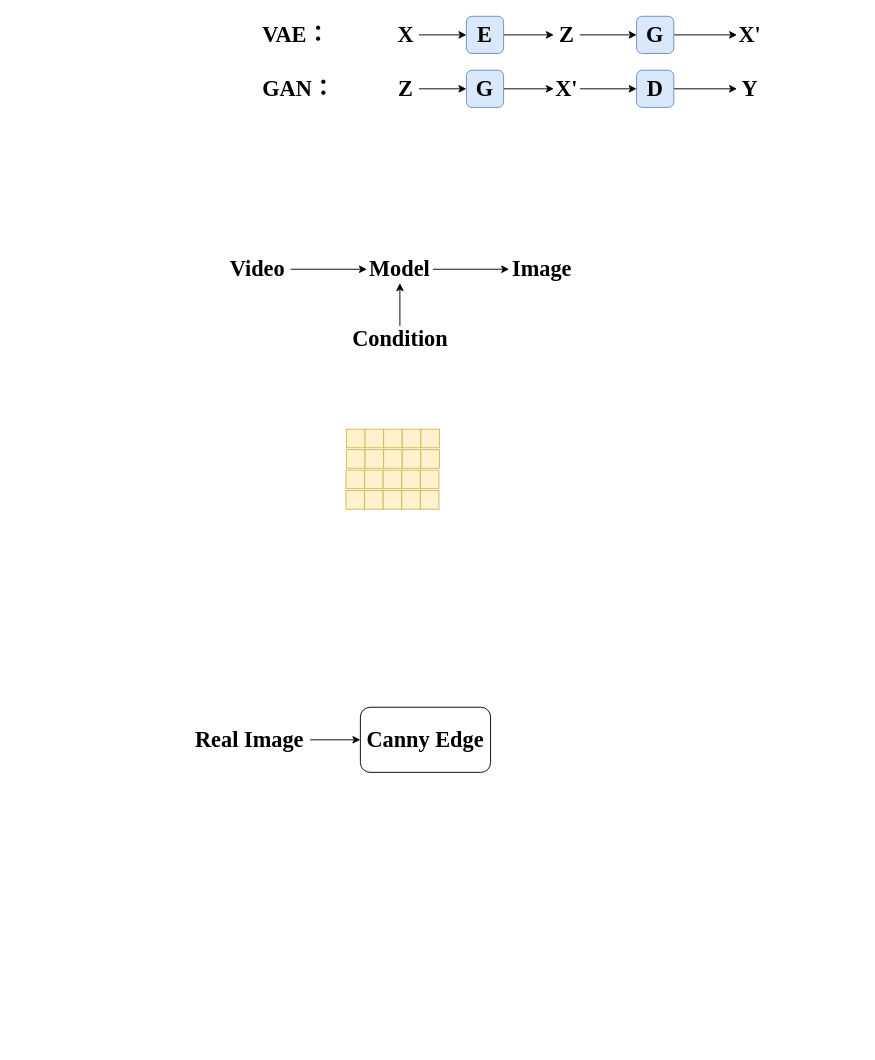
The draw.io diagram 壁纸生成.drawio in GPlaying/brain_map, before the edit. Source tidied: cells renumbered, new cells numbered last; positions are measured from the earlier drawing's top-left corner, leaving out a move shared by most shapes. Both pictures are drawn from the tidied source at 93%, with x=0, y=0 at pixel (189, 16). Pictures stored in the file or linked from it are replaced by grey dashed boxes.
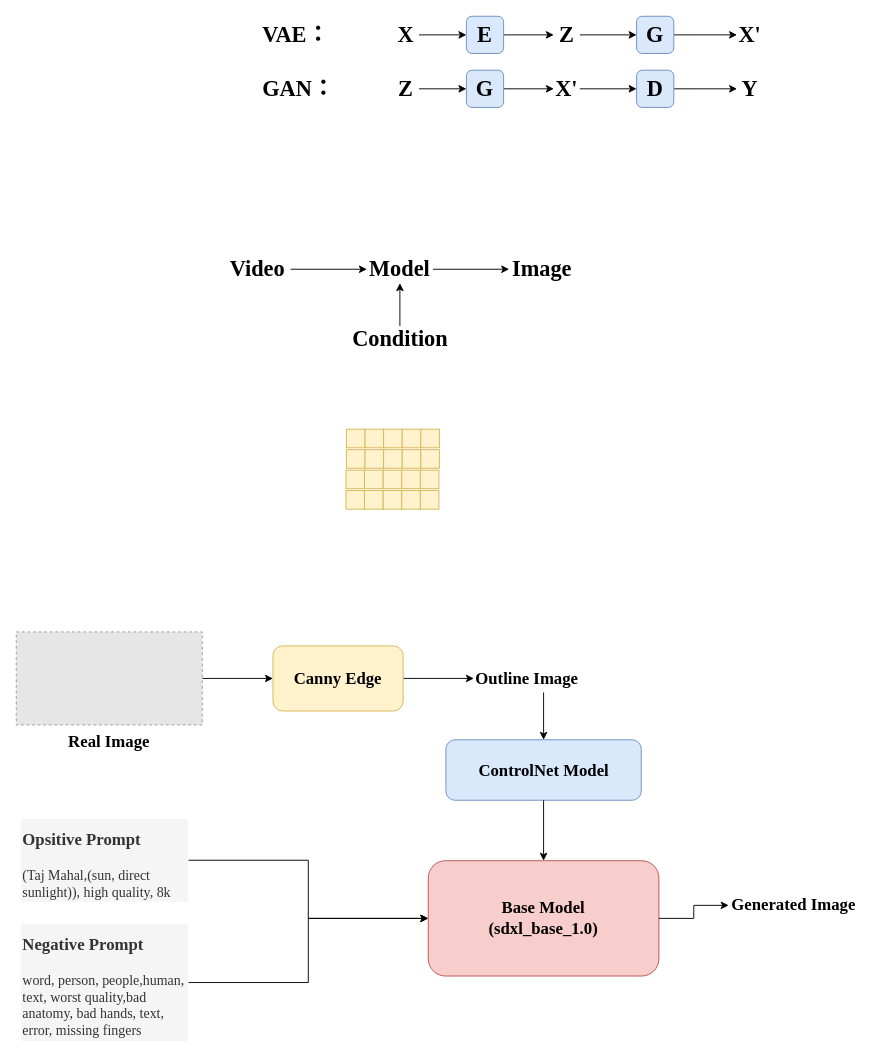
After the change.

Commit message (it also covers changes not shown here):
更新壁纸生成.drawio

The edit, as a diff of the source:
```diff
@@
-    <mxCell id="49" style="edgeStyle=orthogonalEdgeStyle;rounded=0;jettySize=auto;html=1;entryX=0;entryY=0.5;entryDx=0;entryDy=0;" parent="1" edge="1" source="50" target="51">
+    <mxCell id="49" style="edgeStyle=orthogonalEdgeStyle;rounded=0;jettySize=auto;html=1;entryX=0;entryY=0.5;entryDx=0;entryDy=0;fontSize=18;" parent="1" edge="1" source="50" target="51">
       <mxGeometry relative="1" as="geometry" />
     </mxCell>
-    <mxCell id="50" value="&lt;font size=&quot;1&quot; face=&quot;Times New Roman&quot;&gt;&lt;b style=&quot;font-size: 24px;&quot;&gt;Real Image&lt;/b&gt;&lt;/font&gt;" style="text;html=1;strokeColor=none;fillColor=none;align=center;verticalAlign=middle;whiteSpace=wrap;rounded=0;" parent="1" vertex="1">
-      <mxGeometry y="763" width="130" height="30" as="geometry" />
-    </mxCell>
+    <mxCell id="53" style="edgeStyle=orthogonalEdgeStyle;rounded=0;jettySize=auto;html=1;entryX=0;entryY=0.5;entryDx=0;entryDy=0;fontSize=18;" parent="1" edge="1" source="51" target="55">
+      <mxGeometry relative="1" as="geometry" />
+    </mxCell>
-    <mxCell id="51" style="rounded=1;whiteSpace=wrap;html=1;" parent="1" vertex="1">
-      <mxGeometry x="184" y="743" width="140" height="70" as="geometry" />
+    <mxCell id="51" style="rounded=1;whiteSpace=wrap;html=1;fillColor=#fff2cc;strokeColor=#d6b656;fontSize=18;" parent="1" vertex="1">
+      <mxGeometry x="90" y="677" width="140" height="70" as="geometry" />
     </mxCell>
-    <mxCell id="52" value="&lt;font size=&quot;1&quot; face=&quot;Times New Roman&quot;&gt;&lt;b style=&quot;font-size: 24px;&quot;&gt;Canny Edge&lt;/b&gt;&lt;/font&gt;" style="text;html=1;strokeColor=none;fillColor=none;align=center;verticalAlign=middle;whiteSpace=wrap;rounded=0;" parent="1" vertex="1">
-      <mxGeometry x="189" y="763" width="130" height="30" as="geometry" />
+    <mxCell id="52" value="&lt;font style=&quot;font-size: 18px;&quot; face=&quot;Times New Roman&quot;&gt;&lt;b style=&quot;font-size: 18px;&quot;&gt;Canny Edge&lt;/b&gt;&lt;/font&gt;" style="text;html=1;strokeColor=none;fillColor=none;align=center;verticalAlign=middle;whiteSpace=wrap;rounded=0;fontSize=18;" parent="1" vertex="1">
+      <mxGeometry x="95" y="697" width="130" height="30" as="geometry" />
     </mxCell>
+    <mxCell id="54" style="edgeStyle=orthogonalEdgeStyle;rounded=0;jettySize=auto;html=1;" parent="1" edge="1" source="55" target="59">
+      <mxGeometry relative="1" as="geometry" />
+    </mxCell>
+    <mxCell id="55" value="&lt;font style=&quot;font-size: 18px;&quot; face=&quot;Times New Roman&quot;&gt;&lt;span style=&quot;font-size: 18px;&quot;&gt;&lt;b style=&quot;font-size: 18px;&quot;&gt;Outline Image&lt;/b&gt;&lt;/span&gt;&lt;/font&gt;" style="text;html=1;strokeColor=none;fillColor=none;align=left;verticalAlign=middle;whiteSpace=wrap;rounded=0;fontSize=18;" parent="1" vertex="1">
+      <mxGeometry x="306" y="697" width="150" height="30" as="geometry" />
+    </mxCell>
+    <mxCell id="56" style="edgeStyle=orthogonalEdgeStyle;rounded=0;jettySize=auto;html=1;entryX=0;entryY=0.5;entryDx=0;entryDy=0;" parent="1" edge="1" source="67" target="63">
+      <mxGeometry relative="1" as="geometry" />
+    </mxCell>
+    <mxCell id="57" style="edgeStyle=orthogonalEdgeStyle;rounded=0;jettySize=auto;html=1;entryX=0;entryY=0.5;entryDx=0;entryDy=0;exitX=1;exitY=0.5;exitDx=0;exitDy=0;" parent="1" edge="1" source="68" target="63">
+      <mxGeometry relative="1" as="geometry">
+        <Array as="points">
+          <mxPoint x="128" y="1039" />
+          <mxPoint x="128" y="970" />
+        </Array>
+      </mxGeometry>
+    </mxCell>
+    <mxCell id="58" style="group;" parent="1" vertex="1">
+      <mxGeometry x="276" y="778" width="210" height="65" as="geometry" />
+    </mxCell>
+    <mxCell id="59" style="rounded=1;whiteSpace=wrap;html=1;fillColor=#dae8fc;strokeColor=#6c8ebf;fontSize=18;" parent="58" vertex="1">
+      <mxGeometry width="210" height="65" as="geometry" />
+    </mxCell>
+    <mxCell id="60" value="&lt;font style=&quot;font-size: 18px;&quot; face=&quot;Times New Roman&quot;&gt;&lt;b style=&quot;font-size: 18px;&quot;&gt;ControlNet Model&lt;/b&gt;&lt;/font&gt;" style="text;html=1;strokeColor=none;fillColor=none;align=center;verticalAlign=middle;whiteSpace=wrap;rounded=0;fontSize=18;" parent="58" vertex="1">
+      <mxGeometry x="6.5" y="17.5" width="197" height="30" as="geometry" />
+    </mxCell>
+    <mxCell id="61" style="edgeStyle=orthogonalEdgeStyle;rounded=0;jettySize=auto;html=1;entryX=0.5;entryY=0;entryDx=0;entryDy=0;" parent="1" edge="1" source="59" target="63">
+      <mxGeometry relative="1" as="geometry" />
+    </mxCell>
+    <mxCell id="62" style="group;" parent="1" vertex="1">
+      <mxGeometry x="257" y="908" width="248" height="124" as="geometry" />
+    </mxCell>
+    <mxCell id="63" style="rounded=1;whiteSpace=wrap;html=1;fillColor=#f8cecc;strokeColor=#b85450;fontSize=18;" parent="62" vertex="1">
+      <mxGeometry width="248" height="124" as="geometry" />
+    </mxCell>
+    <mxCell id="64" value="&lt;font style=&quot;font-size: 18px;&quot; face=&quot;Times New Roman&quot;&gt;&lt;b style=&quot;font-size: 18px;&quot;&gt;Base Model&lt;/b&gt;&lt;/font&gt;&lt;div style=&quot;font-size: 18px;&quot;&gt;&lt;font style=&quot;font-size: 18px;&quot; face=&quot;Times New Roman&quot;&gt;&lt;span style=&quot;font-size: 18px;&quot;&gt;&lt;b style=&quot;font-size: 18px;&quot;&gt;(sdxl_base_1.0)&lt;/b&gt;&lt;/span&gt;&lt;/font&gt;&lt;/div&gt;" style="text;html=1;strokeColor=none;fillColor=none;align=center;verticalAlign=middle;whiteSpace=wrap;rounded=0;fontSize=18;" parent="62" vertex="1">
+      <mxGeometry x="14" y="28.5" width="220" height="67" as="geometry" />
+    </mxCell>
+    <mxCell id="65" value="&lt;font style=&quot;font-size: 18px;&quot; face=&quot;Times New Roman&quot;&gt;&lt;b style=&quot;font-size: 18px;&quot;&gt;Generated Image&lt;/b&gt;&lt;/font&gt;" style="text;html=1;strokeColor=none;fillColor=none;align=center;verticalAlign=middle;whiteSpace=wrap;rounded=0;fontSize=18;" parent="1" vertex="1">
+      <mxGeometry x="580" y="941" width="140" height="30" as="geometry" />
+    </mxCell>
+    <mxCell id="66" style="edgeStyle=orthogonalEdgeStyle;rounded=0;jettySize=auto;html=1;" parent="1" edge="1" source="63" target="65">
+      <mxGeometry relative="1" as="geometry" />
+    </mxCell>
+    <mxCell id="50" value="Real Image" style="fillColor=#E6E6E6;strokeColor=#999999;dashed=1;verticalLabelPosition=bottom;labelBackgroundColor=default;verticalAlign=top;fontFamily=Times New Roman;fontSize=18;fontStyle=1;" parent="1" vertex="1">
+      <mxGeometry x="-186" y="662" width="200" height="100" as="geometry" />
+    </mxCell>
+    <mxCell id="67" value="&lt;h1 style=&quot;margin-top: 0px;&quot;&gt;&lt;b style=&quot;font-family: &amp;quot;Times New Roman&amp;quot;; font-size: 18px; text-align: center;&quot;&gt;Opsitive Prompt&lt;/b&gt;&lt;br&gt;&lt;/h1&gt;&lt;p style=&quot;&quot;&gt;&lt;font style=&quot;font-size: 15px;&quot; face=&quot;Times New Roman&quot;&gt;(Taj Mahal,(sun, direct sunlight)), high quality, 8k&lt;/font&gt;&lt;br&gt;&lt;/p&gt;" style="text;html=1;whiteSpace=wrap;overflow=hidden;rounded=0;fillColor=#f5f5f5;fontColor=#333333;strokeColor=none;" parent="1" vertex="1">
+      <mxGeometry x="-181" y="863" width="180" height="89" as="geometry" />
+    </mxCell>
+    <mxCell id="68" value="&lt;h1 style=&quot;margin-top: 0px;&quot;&gt;&lt;b style=&quot;font-family: &amp;quot;Times New Roman&amp;quot;; font-size: 18px; text-align: center;&quot;&gt;Negative Prompt&lt;/b&gt;&lt;br&gt;&lt;/h1&gt;&lt;p&gt;&lt;font face=&quot;Times New Roman&quot;&gt;&lt;span style=&quot;font-size: 15px;&quot;&gt;word, person, people,human, text, worst quality,&lt;/span&gt;&lt;/font&gt;&lt;span style=&quot;background-color: initial; font-size: 15px;&quot;&gt;&lt;font face=&quot;Times New Roman&quot;&gt;bad anatomy, bad hands, text, error, missing fingers&lt;/font&gt;&lt;/span&gt;&lt;br&gt;&lt;/p&gt;" style="text;html=1;whiteSpace=wrap;overflow=hidden;rounded=0;fillColor=#f5f5f5;fontColor=#333333;strokeColor=none;" parent="1" vertex="1">
+      <mxGeometry x="-181" y="976" width="180" height="126" as="geometry" />
+    </mxCell>
```
